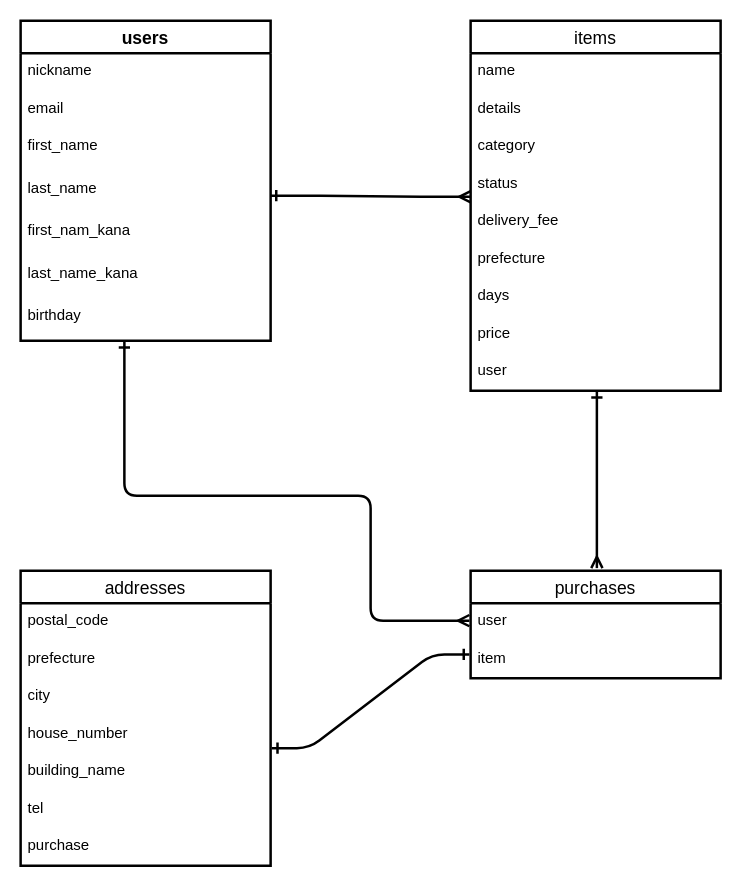
Earlier version of the draw.io diagram ER.dio (kawayuyu/furima-37363). Source tidied: cells renumbered, new cells numbered last; positions are measured from the earlier drawing's top-left corner, leaving out a move shared by most shapes. Both pictures are drawn from the tidied source at 125%, with x=0, y=0 at pixel (20, 20).
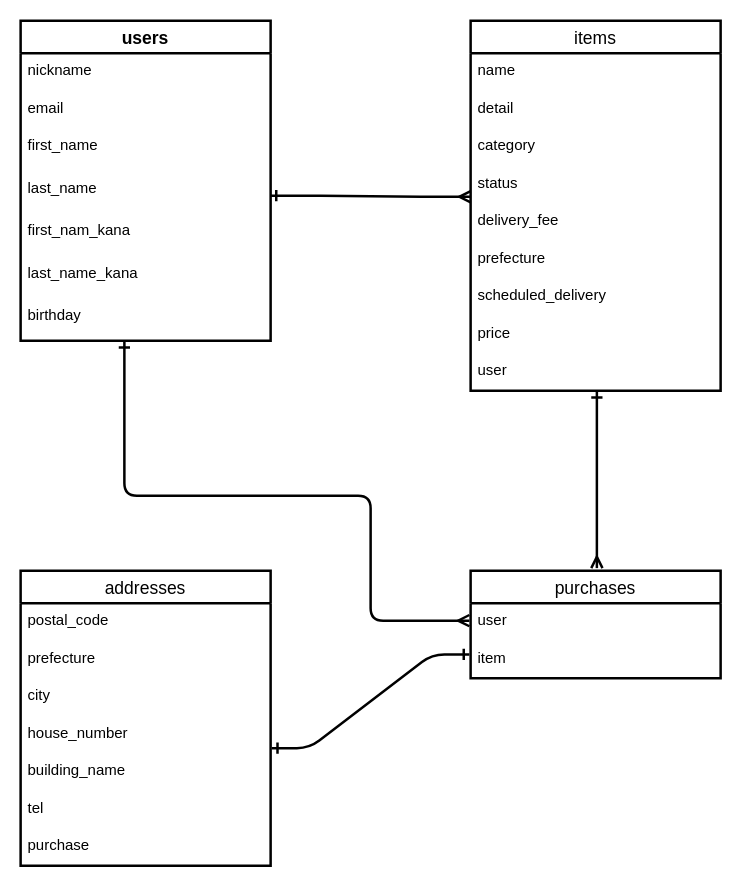
After the change.

Unchanged cells that the change refers to:
```xml
<mxCell id="10" value="items" style="swimlane;fontStyle=0;horizontal=1;startSize=26;align=center;fontSize=14;strokeWidth=2;" parent="1" vertex="1">
  <mxGeometry x="360" width="200" height="296" as="geometry" />
</mxCell>
```

The edit, as a diff of the source:
```diff
@@
-    <mxCell id="12" value="details" style="text;strokeColor=none;fillColor=none;spacingLeft=4;spacingRight=4;overflow=hidden;fontSize=12;" parent="10" vertex="1">
+    <mxCell id="12" value="detail" style="text;strokeColor=none;fillColor=none;spacingLeft=4;spacingRight=4;overflow=hidden;fontSize=12;" parent="10" vertex="1">
       <mxGeometry y="56" width="200" height="30" as="geometry" />
     </mxCell>
@@
-    <mxCell id="17" value="days" style="text;strokeColor=none;fillColor=none;spacingLeft=4;spacingRight=4;overflow=hidden;fontSize=12;" parent="10" vertex="1">
+    <mxCell id="17" value="scheduled_delivery" style="text;strokeColor=none;fillColor=none;spacingLeft=4;spacingRight=4;overflow=hidden;fontSize=12;" parent="10" vertex="1">
       <mxGeometry y="206" width="200" height="30" as="geometry" />
     </mxCell>
```
